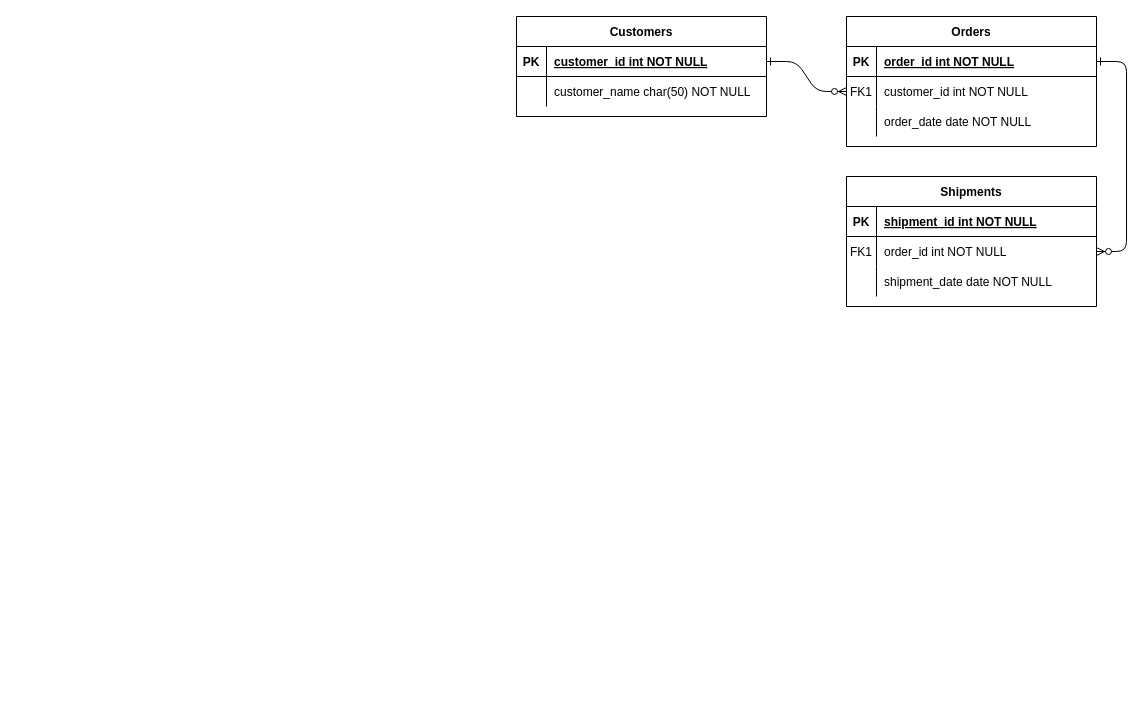
kokoyuo/draw.io keeps this draw.io diagram as 库存改造.drawio. Above is the earlier version. Source tidied: cells renumbered, new cells numbered last; positions are measured from the earlier drawing's top-left corner, leaving out a move shared by most shapes. Both pictures are drawn from the tidied source at 100%, with x=0, y=0 at pixel (516, 16).
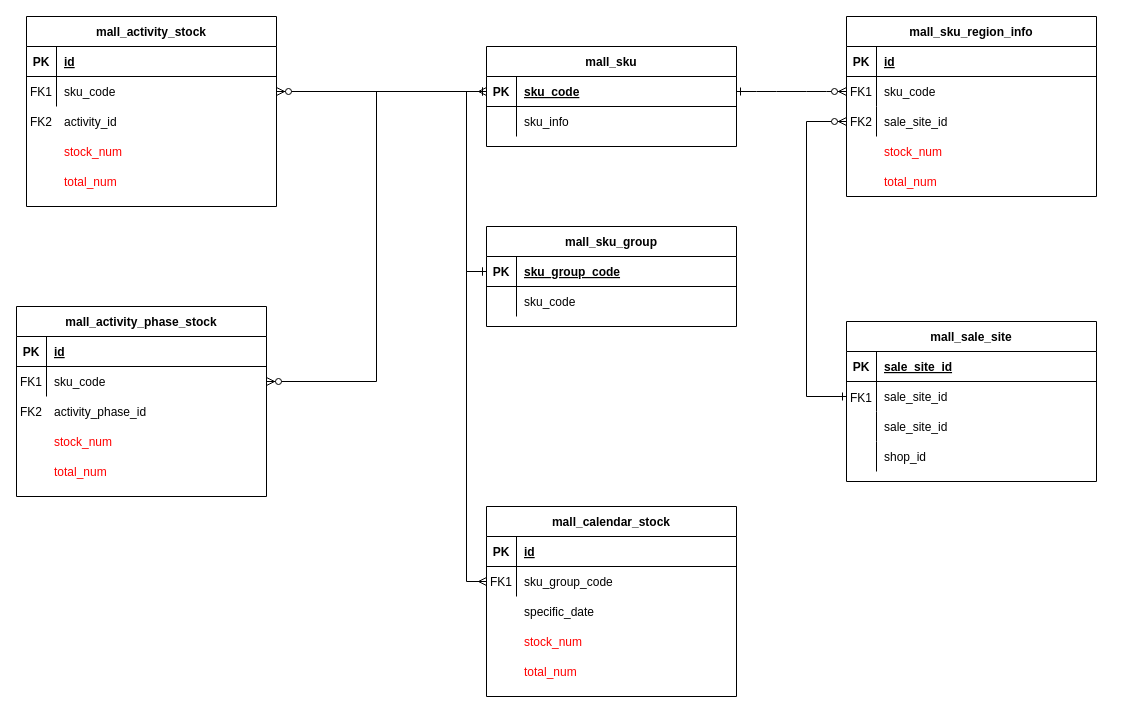
The same diagram, later.

Commit message:
更新库存改造.drawio

The change refers to these unchanged cells:
```xml
<mxCell id="5" style="shape=partialRectangle;fillColor=none;points=[[0,0.5],[1,0.5]];portConstraint=eastwest;top=0;left=0;right=0;bottom=1;" parent="4" vertex="1">
  <mxGeometry y="30" width="250" height="30" as="geometry" />
</mxCell>
<mxCell id="8" style="shape=partialRectangle;fillColor=none;points=[[0,0.5],[1,0.5]];portConstraint=eastwest;top=0;left=0;right=0;bottom=0;" parent="4" vertex="1">
  <mxGeometry y="60" width="250" height="30" as="geometry" />
</mxCell>
<mxCell id="11" style="shape=partialRectangle;fillColor=none;points=[[0,0.5],[1,0.5]];portConstraint=eastwest;top=0;left=0;right=0;bottom=0;" parent="4" vertex="1">
  <mxGeometry y="90" width="250" height="30" as="geometry" />
</mxCell>
<mxCell id="15" style="shape=partialRectangle;fillColor=none;top=0;left=0;right=0;bottom=1;" parent="14" vertex="1">
  <mxGeometry y="30" width="250" height="30" as="geometry" />
</mxCell>
<mxCell id="18" style="shape=partialRectangle;fillColor=none;points=[[0,0.5],[1,0.5]];portConstraint=eastwest;top=0;left=0;right=0;bottom=0;" parent="14" vertex="1">
  <mxGeometry y="60" width="250" height="30" as="geometry" />
</mxCell>
<mxCell id="25" style="shape=partialRectangle;fillColor=none;points=[[0,0.5],[1,0.5]];portConstraint=eastwest;top=0;left=0;right=0;bottom=1;" parent="24" vertex="1">
  <mxGeometry y="30" width="250" height="30" as="geometry" />
</mxCell>
<mxCell id="28" style="shape=partialRectangle;fillColor=none;top=0;left=0;right=0;bottom=0;" parent="24" vertex="1">
  <mxGeometry y="60" width="250" height="30" as="geometry" />
</mxCell>
```

Diff of the diagram source:
```diff
@@
-    <mxCell id="3" style="edgeStyle=entityRelationEdgeStyle;endArrow=ERzeroToMany;startArrow=ERone;endFill=1;startFill=0;" parent="1" edge="1" source="5" target="18">
-      <mxGeometry relative="1" as="geometry" />
-    </mxCell>
-    <mxCell id="4" value="Orders" style="shape=table;startSize=30;childLayout=tableLayout;rowLines=0;fontStyle=1;align=center;" parent="1" vertex="1">
-      <mxGeometry x="330" width="250" height="130" as="geometry" />
+    <mxCell id="4" value="mall_sku_region_info" style="shape=table;startSize=30;childLayout=tableLayout;rowLines=0;fontStyle=1;align=center;" parent="1" vertex="1">
+      <mxGeometry x="330" width="250" height="180" as="geometry" />
     </mxCell>
@@
-    <mxCell id="7" value="order_id int NOT NULL " style="shape=partialRectangle;overflow=hidden;fillColor=none;top=0;left=0;bottom=0;right=0;align=left;spacingLeft=6;fontStyle=5;" parent="5" vertex="1">
+    <mxCell id="7" value="id" style="shape=partialRectangle;overflow=hidden;fillColor=none;top=0;left=0;bottom=0;right=0;align=left;spacingLeft=6;fontStyle=5;" parent="5" vertex="1">
       <mxGeometry x="30" width="220" height="30" as="geometry" />
     </mxCell>
@@
-    <mxCell id="10" value="customer_id int NOT NULL" style="shape=partialRectangle;overflow=hidden;fillColor=none;top=0;left=0;bottom=0;right=0;align=left;spacingLeft=6;" parent="8" vertex="1">
+    <mxCell id="10" value="sku_code" style="shape=partialRectangle;overflow=hidden;fillColor=none;top=0;left=0;bottom=0;right=0;align=left;spacingLeft=6;" parent="8" vertex="1">
       <mxGeometry x="30" width="220" height="30" as="geometry" />
     </mxCell>
@@
-    <mxCell id="12" style="shape=partialRectangle;overflow=hidden;fillColor=none;top=0;left=0;bottom=0;right=0;" parent="11" vertex="1">
+    <mxCell id="12" value="FK2" style="shape=partialRectangle;overflow=hidden;fillColor=none;top=0;left=0;bottom=0;right=0;" parent="11" vertex="1">
       <mxGeometry width="30" height="30" as="geometry" />
     </mxCell>
-    <mxCell id="13" value="order_date date NOT NULL" style="shape=partialRectangle;overflow=hidden;fillColor=none;top=0;left=0;bottom=0;right=0;align=left;spacingLeft=6;" parent="11" vertex="1">
+    <mxCell id="13" value="sale_site_id" style="shape=partialRectangle;overflow=hidden;fillColor=none;top=0;left=0;bottom=0;right=0;align=left;spacingLeft=6;" parent="11" vertex="1">
       <mxGeometry x="30" width="220" height="30" as="geometry" />
     </mxCell>
-    <mxCell id="14" value="Shipments" style="shape=table;startSize=30;childLayout=tableLayout;rowLines=0;fontStyle=1;align=center;" parent="1" vertex="1">
-      <mxGeometry x="330" y="160" width="250" height="130" as="geometry" />
+    <mxCell id="14" value="mall_sale_site" style="shape=table;startSize=30;childLayout=tableLayout;rowLines=0;fontStyle=1;align=center;" parent="1" vertex="1">
+      <mxGeometry x="330" y="305" width="250" height="160" as="geometry" />
     </mxCell>
@@
-    <mxCell id="17" value="shipment_id int NOT NULL " style="shape=partialRectangle;overflow=hidden;fillColor=none;top=0;left=0;bottom=0;right=0;align=left;spacingLeft=6;fontStyle=5;" parent="15" vertex="1">
+    <mxCell id="17" value="sale_site_id" style="shape=partialRectangle;overflow=hidden;fillColor=none;top=0;left=0;bottom=0;right=0;align=left;spacingLeft=6;fontStyle=5;" parent="15" vertex="1">
       <mxGeometry x="30" width="220" height="30" as="geometry" />
     </mxCell>
@@
-    <mxCell id="19" value="FK1" style="shape=partialRectangle;overflow=hidden;fillColor=none;top=0;left=0;bottom=0;right=0;" parent="18" vertex="1">
+    <mxCell id="19" style="shape=partialRectangle;overflow=hidden;fillColor=none;top=0;left=0;bottom=0;right=0;" parent="18" vertex="1">
       <mxGeometry width="30" height="30" as="geometry" />
     </mxCell>
-    <mxCell id="20" value="order_id int NOT NULL" style="shape=partialRectangle;overflow=hidden;fillColor=none;top=0;left=0;bottom=0;right=0;align=left;spacingLeft=6;" parent="18" vertex="1">
+    <mxCell id="20" value="sale_site_id" style="shape=partialRectangle;overflow=hidden;fillColor=none;top=0;left=0;bottom=0;right=0;align=left;spacingLeft=6;" parent="18" vertex="1">
       <mxGeometry x="30" width="220" height="30" as="geometry" />
     </mxCell>
+    <mxCell id="31" style="shape=partialRectangle;fillColor=none;top=0;left=0;right=0;bottom=0;" parent="14" vertex="1">
+      <mxGeometry y="90" width="250" height="30" as="geometry" />
+    </mxCell>
+    <mxCell id="32" style="shape=partialRectangle;overflow=hidden;fillColor=none;top=0;left=0;bottom=0;right=0;" parent="31" vertex="1">
+      <mxGeometry width="30" height="30" as="geometry" />
+    </mxCell>
+    <mxCell id="33" value="sale_site_id" style="shape=partialRectangle;overflow=hidden;fillColor=none;top=0;left=0;bottom=0;right=0;align=left;spacingLeft=6;" parent="31" vertex="1">
+      <mxGeometry x="30" width="220" height="30" as="geometry" />
+    </mxCell>
     <mxCell id="21" style="shape=partialRectangle;fillColor=none;top=0;left=0;right=0;bottom=0;" parent="14" vertex="1">
-      <mxGeometry y="90" width="250" height="30" as="geometry" />
+      <mxGeometry y="120" width="250" height="30" as="geometry" />
     </mxCell>
@@
-    <mxCell id="23" value="shipment_date date NOT NULL" style="shape=partialRectangle;overflow=hidden;fillColor=none;top=0;left=0;bottom=0;right=0;align=left;spacingLeft=6;" parent="21" vertex="1">
+    <mxCell id="23" value="shop_id" style="shape=partialRectangle;overflow=hidden;fillColor=none;top=0;left=0;bottom=0;right=0;align=left;spacingLeft=6;" parent="21" vertex="1">
       <mxGeometry x="30" width="220" height="30" as="geometry" />
     </mxCell>
-    <mxCell id="24" value="Customers" style="shape=table;startSize=30;childLayout=tableLayout;rowLines=0;fontStyle=1;align=center;" parent="1" vertex="1">
-      <mxGeometry width="250" height="100" as="geometry" />
+    <mxCell id="24" value="mall_sku" style="shape=table;startSize=30;childLayout=tableLayout;rowLines=0;fontStyle=1;align=center;" parent="1" vertex="1">
+      <mxGeometry x="-30" y="30" width="250" height="100" as="geometry" />
     </mxCell>
@@
-    <mxCell id="27" value="customer_id int NOT NULL " style="shape=partialRectangle;overflow=hidden;fillColor=none;top=0;left=0;bottom=0;right=0;align=left;spacingLeft=6;fontStyle=5;" parent="25" vertex="1">
+    <mxCell id="27" value="sku_code" style="shape=partialRectangle;overflow=hidden;fillColor=none;top=0;left=0;bottom=0;right=0;align=left;spacingLeft=6;fontStyle=5;" parent="25" vertex="1">
       <mxGeometry x="30" width="220" height="30" as="geometry" />
     </mxCell>
@@
-    <mxCell id="30" value="customer_name char(50) NOT NULL" style="shape=partialRectangle;overflow=hidden;fillColor=none;top=0;left=0;bottom=0;right=0;align=left;spacingLeft=6;" parent="28" vertex="1">
+    <mxCell id="30" value="sku_info" style="shape=partialRectangle;overflow=hidden;fillColor=none;top=0;left=0;bottom=0;right=0;align=left;spacingLeft=6;" parent="28" vertex="1">
       <mxGeometry x="30" width="220" height="30" as="geometry" />
     </mxCell>
+    <mxCell id="34" style="edgeStyle=orthogonalEdgeStyle;rounded=0;jettySize=auto;html=1;startArrow=ERzeroToMany;startFill=1;endArrow=ERone;endFill=0;entryX=0;entryY=0.5;entryDx=0;entryDy=0;" parent="1" edge="1" source="11" target="18">
+      <mxGeometry relative="1" as="geometry">
+        <Array as="points">
+          <mxPoint x="290" y="105" />
+          <mxPoint x="290" y="380" />
+        </Array>
+      </mxGeometry>
+    </mxCell>
+    <mxCell id="35" value="stock_num" style="shape=partialRectangle;overflow=hidden;fillColor=none;top=0;left=0;bottom=0;right=0;align=left;spacingLeft=6;fontColor=#FF0000;" parent="1" vertex="1">
+      <mxGeometry x="360" y="120" width="220" height="30" as="geometry" />
+    </mxCell>
+    <mxCell id="36" value="total_num" style="shape=partialRectangle;overflow=hidden;fillColor=none;top=0;left=0;bottom=0;right=0;align=left;spacingLeft=6;fontColor=#FF0000;" parent="1" vertex="1">
+      <mxGeometry x="360" y="150" width="220" height="30" as="geometry" />
+    </mxCell>
+    <mxCell id="37" value="mall_activity_stock" style="shape=table;startSize=30;childLayout=tableLayout;rowLines=0;fontStyle=1;align=center;" parent="1" vertex="1">
+      <mxGeometry x="-490" width="250" height="190" as="geometry" />
+    </mxCell>
+    <mxCell id="38" style="shape=partialRectangle;fillColor=none;top=0;left=0;right=0;bottom=1;" parent="37" vertex="1">
+      <mxGeometry y="30" width="250" height="30" as="geometry" />
+    </mxCell>
+    <mxCell id="39" value="PK" style="shape=partialRectangle;overflow=hidden;fillColor=none;top=0;left=0;bottom=0;right=0;fontStyle=1;" parent="38" vertex="1">
+      <mxGeometry width="30" height="30" as="geometry" />
+    </mxCell>
+    <mxCell id="40" value="id" style="shape=partialRectangle;overflow=hidden;fillColor=none;top=0;left=0;bottom=0;right=0;align=left;spacingLeft=6;fontStyle=5;" parent="38" vertex="1">
+      <mxGeometry x="30" width="220" height="30" as="geometry" />
+    </mxCell>
+    <mxCell id="41" style="shape=partialRectangle;fillColor=none;points=[[0,0.5],[1,0.5]];portConstraint=eastwest;top=0;left=0;right=0;bottom=0;" parent="37" vertex="1">
+      <mxGeometry y="60" width="250" height="30" as="geometry" />
+    </mxCell>
+    <mxCell id="42" value="FK1" style="shape=partialRectangle;overflow=hidden;fillColor=none;top=0;left=0;bottom=0;right=0;" parent="41" vertex="1">
+      <mxGeometry width="30" height="30" as="geometry" />
+    </mxCell>
+    <mxCell id="43" value="sku_code" style="shape=partialRectangle;overflow=hidden;fillColor=none;top=0;left=0;bottom=0;right=0;align=left;spacingLeft=6;" parent="41" vertex="1">
+      <mxGeometry x="30" width="220" height="30" as="geometry" />
+    </mxCell>
+    <mxCell id="44" style="edgeStyle=orthogonalEdgeStyle;rounded=0;jettySize=auto;html=1;exitX=1;exitY=0.5;exitDx=0;exitDy=0;entryX=0;entryY=0.5;entryDx=0;entryDy=0;startArrow=ERzeroToMany;startFill=1;endArrow=ERone;endFill=0;" parent="1" edge="1" source="41" target="25">
+      <mxGeometry relative="1" as="geometry" />
+    </mxCell>
+    <mxCell id="45" value="stock_num" style="shape=partialRectangle;overflow=hidden;fillColor=none;top=0;left=0;bottom=0;right=0;align=left;spacingLeft=6;fontColor=#FF0000;" parent="1" vertex="1">
+      <mxGeometry x="-460" y="120" width="220" height="30" as="geometry" />
+    </mxCell>
+    <mxCell id="46" value="total_num" style="shape=partialRectangle;overflow=hidden;fillColor=none;top=0;left=0;bottom=0;right=0;align=left;spacingLeft=6;fontColor=#FF0000;" parent="1" vertex="1">
+      <mxGeometry x="-460" y="150" width="220" height="30" as="geometry" />
+    </mxCell>
+    <mxCell id="47" value="activity_id" style="shape=partialRectangle;overflow=hidden;fillColor=none;top=0;left=0;bottom=0;right=0;align=left;spacingLeft=6;" parent="1" vertex="1">
+      <mxGeometry x="-460" y="90" width="220" height="30" as="geometry" />
+    </mxCell>
+    <mxCell id="48" value="FK2" style="shape=partialRectangle;overflow=hidden;fillColor=none;top=0;left=0;bottom=0;right=0;" parent="1" vertex="1">
+      <mxGeometry x="-490" y="90" width="30" height="30" as="geometry" />
+    </mxCell>
+    <mxCell id="49" value="mall_activity_phase_stock" style="shape=table;startSize=30;childLayout=tableLayout;rowLines=0;fontStyle=1;align=center;" parent="1" vertex="1">
+      <mxGeometry x="-500" y="290" width="250" height="190" as="geometry" />
+    </mxCell>
+    <mxCell id="50" style="shape=partialRectangle;fillColor=none;top=0;left=0;right=0;bottom=1;" parent="49" vertex="1">
+      <mxGeometry y="30" width="250" height="30" as="geometry" />
+    </mxCell>
+    <mxCell id="51" value="PK" style="shape=partialRectangle;overflow=hidden;fillColor=none;top=0;left=0;bottom=0;right=0;fontStyle=1;" parent="50" vertex="1">
+      <mxGeometry width="30" height="30" as="geometry" />
+    </mxCell>
+    <mxCell id="52" value="id" style="shape=partialRectangle;overflow=hidden;fillColor=none;top=0;left=0;bottom=0;right=0;align=left;spacingLeft=6;fontStyle=5;" parent="50" vertex="1">
+      <mxGeometry x="30" width="220" height="30" as="geometry" />
+    </mxCell>
+    <mxCell id="53" style="shape=partialRectangle;fillColor=none;points=[[0,0.5],[1,0.5]];portConstraint=eastwest;top=0;left=0;right=0;bottom=0;" parent="49" vertex="1">
+      <mxGeometry y="60" width="250" height="30" as="geometry" />
+    </mxCell>
+    <mxCell id="54" value="FK1" style="shape=partialRectangle;overflow=hidden;fillColor=none;top=0;left=0;bottom=0;right=0;" parent="53" vertex="1">
+      <mxGeometry width="30" height="30" as="geometry" />
+    </mxCell>
+    <mxCell id="55" value="sku_code" style="shape=partialRectangle;overflow=hidden;fillColor=none;top=0;left=0;bottom=0;right=0;align=left;spacingLeft=6;" parent="53" vertex="1">
+      <mxGeometry x="30" width="220" height="30" as="geometry" />
+    </mxCell>
+    <mxCell id="56" value="stock_num" style="shape=partialRectangle;overflow=hidden;fillColor=none;top=0;left=0;bottom=0;right=0;align=left;spacingLeft=6;fontColor=#FF0000;" parent="1" vertex="1">
+      <mxGeometry x="-470" y="410" width="220" height="30" as="geometry" />
+    </mxCell>
+    <mxCell id="57" value="total_num" style="shape=partialRectangle;overflow=hidden;fillColor=none;top=0;left=0;bottom=0;right=0;align=left;spacingLeft=6;fontColor=#FF0000;" parent="1" vertex="1">
+      <mxGeometry x="-470" y="440" width="220" height="30" as="geometry" />
+    </mxCell>
+    <mxCell id="58" value="activity_phase_id" style="shape=partialRectangle;overflow=hidden;fillColor=none;top=0;left=0;bottom=0;right=0;align=left;spacingLeft=6;" parent="1" vertex="1">
+      <mxGeometry x="-470" y="380" width="220" height="30" as="geometry" />
+    </mxCell>
+    <mxCell id="59" value="FK2" style="shape=partialRectangle;overflow=hidden;fillColor=none;top=0;left=0;bottom=0;right=0;" parent="1" vertex="1">
+      <mxGeometry x="-500" y="380" width="30" height="30" as="geometry" />
+    </mxCell>
+    <mxCell id="60" style="edgeStyle=orthogonalEdgeStyle;rounded=0;jettySize=auto;html=1;exitX=1;exitY=0.5;exitDx=0;exitDy=0;entryX=0;entryY=0.5;entryDx=0;entryDy=0;startArrow=ERzeroToMany;startFill=1;endArrow=ERone;endFill=0;" parent="1" edge="1" source="53" target="25">
+      <mxGeometry relative="1" as="geometry" />
+    </mxCell>
+    <mxCell id="61" value="mall_calendar_stock" style="shape=table;startSize=30;childLayout=tableLayout;rowLines=0;fontStyle=1;align=center;" parent="1" vertex="1">
+      <mxGeometry x="-30" y="490" width="250" height="190" as="geometry" />
+    </mxCell>
+    <mxCell id="62" style="shape=partialRectangle;fillColor=none;top=0;left=0;right=0;bottom=1;" parent="61" vertex="1">
+      <mxGeometry y="30" width="250" height="30" as="geometry" />
+    </mxCell>
+    <mxCell id="63" value="PK" style="shape=partialRectangle;overflow=hidden;fillColor=none;top=0;left=0;bottom=0;right=0;fontStyle=1;" parent="62" vertex="1">
+      <mxGeometry width="30" height="30" as="geometry" />
+    </mxCell>
+    <mxCell id="64" value="id" style="shape=partialRectangle;overflow=hidden;fillColor=none;top=0;left=0;bottom=0;right=0;align=left;spacingLeft=6;fontStyle=5;" parent="62" vertex="1">
+      <mxGeometry x="30" width="220" height="30" as="geometry" />
+    </mxCell>
+    <mxCell id="65" style="shape=partialRectangle;fillColor=none;points=[[0,0.5],[1,0.5]];portConstraint=eastwest;top=0;left=0;right=0;bottom=0;" parent="61" vertex="1">
+      <mxGeometry y="60" width="250" height="30" as="geometry" />
+    </mxCell>
+    <mxCell id="66" value="FK1" style="shape=partialRectangle;overflow=hidden;fillColor=none;top=0;left=0;bottom=0;right=0;" parent="65" vertex="1">
+      <mxGeometry width="30" height="30" as="geometry" />
+    </mxCell>
+    <mxCell id="67" value="sku_group_code" style="shape=partialRectangle;overflow=hidden;fillColor=none;top=0;left=0;bottom=0;right=0;align=left;spacingLeft=6;" parent="65" vertex="1">
+      <mxGeometry x="30" width="220" height="30" as="geometry" />
+    </mxCell>
+    <mxCell id="68" value="stock_num" style="shape=partialRectangle;overflow=hidden;fillColor=none;top=0;left=0;bottom=0;right=0;align=left;spacingLeft=6;fontColor=#FF0000;" parent="1" vertex="1">
+      <mxGeometry y="610" width="220" height="30" as="geometry" />
+    </mxCell>
+    <mxCell id="69" value="total_num" style="shape=partialRectangle;overflow=hidden;fillColor=none;top=0;left=0;bottom=0;right=0;align=left;spacingLeft=6;fontColor=#FF0000;" parent="1" vertex="1">
+      <mxGeometry y="640" width="220" height="30" as="geometry" />
+    </mxCell>
+    <mxCell id="70" value="specific_date" style="shape=partialRectangle;overflow=hidden;fillColor=none;top=0;left=0;bottom=0;right=0;align=left;spacingLeft=6;" parent="1" vertex="1">
+      <mxGeometry y="580" width="220" height="30" as="geometry" />
+    </mxCell>
+    <mxCell id="71" value="mall_sku_group" style="shape=table;startSize=30;childLayout=tableLayout;rowLines=0;fontStyle=1;align=center;" parent="1" vertex="1">
+      <mxGeometry x="-30" y="210" width="250" height="100" as="geometry" />
+    </mxCell>
+    <mxCell id="72" style="shape=partialRectangle;fillColor=none;points=[[0,0.5],[1,0.5]];portConstraint=eastwest;top=0;left=0;right=0;bottom=1;" parent="71" vertex="1">
+      <mxGeometry y="30" width="250" height="30" as="geometry" />
+    </mxCell>
+    <mxCell id="73" value="PK" style="shape=partialRectangle;overflow=hidden;fillColor=none;top=0;left=0;bottom=0;right=0;fontStyle=1;" parent="72" vertex="1">
+      <mxGeometry width="30" height="30" as="geometry" />
+    </mxCell>
+    <mxCell id="74" value="sku_group_code" style="shape=partialRectangle;overflow=hidden;fillColor=none;top=0;left=0;bottom=0;right=0;align=left;spacingLeft=6;fontStyle=5;" parent="72" vertex="1">
+      <mxGeometry x="30" width="220" height="30" as="geometry" />
+    </mxCell>
+    <mxCell id="75" style="shape=partialRectangle;fillColor=none;top=0;left=0;right=0;bottom=0;" parent="71" vertex="1">
+      <mxGeometry y="60" width="250" height="30" as="geometry" />
+    </mxCell>
+    <mxCell id="76" style="shape=partialRectangle;overflow=hidden;fillColor=none;top=0;left=0;bottom=0;right=0;" parent="75" vertex="1">
+      <mxGeometry width="30" height="30" as="geometry" />
+    </mxCell>
+    <mxCell id="77" value="sku_code" style="shape=partialRectangle;overflow=hidden;fillColor=none;top=0;left=0;bottom=0;right=0;align=left;spacingLeft=6;" parent="75" vertex="1">
+      <mxGeometry x="30" width="220" height="30" as="geometry" />
+    </mxCell>
+    <mxCell id="78" style="edgeStyle=orthogonalEdgeStyle;rounded=0;jettySize=auto;html=1;entryX=0;entryY=0.5;entryDx=0;entryDy=0;fontColor=#FF0000;startArrow=ERone;startFill=0;endArrow=ERmany;endFill=0;" parent="1" edge="1" source="72" target="25">
+      <mxGeometry relative="1" as="geometry" />
+    </mxCell>
+    <mxCell id="79" style="edgeStyle=orthogonalEdgeStyle;rounded=0;jettySize=auto;html=1;exitX=0;exitY=0.5;exitDx=0;exitDy=0;entryX=0;entryY=0.5;entryDx=0;entryDy=0;fontColor=#FF0000;startArrow=ERone;startFill=0;endArrow=ERmany;endFill=0;" parent="1" edge="1" source="72" target="65">
+      <mxGeometry relative="1" as="geometry" />
+    </mxCell>
+    <mxCell id="80" value="FK1" style="shape=partialRectangle;overflow=hidden;fillColor=none;top=0;left=0;bottom=0;right=0;" parent="1" vertex="1">
+      <mxGeometry x="330" y="366" width="30" height="30" as="geometry" />
+    </mxCell>
```
